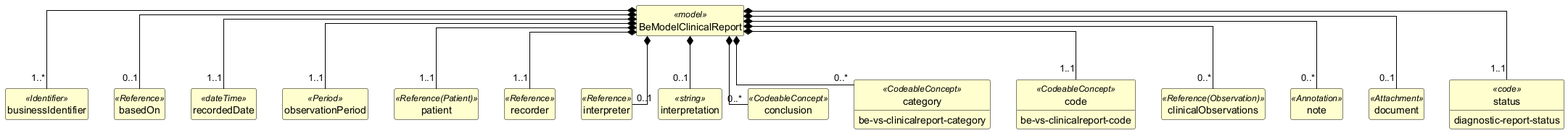
The PlantUML diagram exports/diagrams/BeModelClinicalReport-uml.png in caresets/caresets-src, before a commit. Its diagram source:
```plantuml
@startuml
skinparam shadowing false
skinparam classAttributeIconSize 0
skinparam linetype ortho
skinparam class {
  BackgroundColor #FEFECE
  BorderColor #000000
  ArrowColor #000000
  FontStyle bold
  AttributeFontStyle normal
}
hide circle
hide empty members

class "BeModelClinicalReport" as BeModelClinicalReport <<model>> {
}

class "businessIdentifier" as BeModelClinicalReport_businessIdentifier <<Identifier>> {
}

class "basedOn" as BeModelClinicalReport_basedOn <<Reference>> {
}

class "recordedDate" as BeModelClinicalReport_recordedDate <<dateTime>> {
}

class "observationPeriod" as BeModelClinicalReport_observationPeriod <<Period>> {
}

class "patient" as BeModelClinicalReport_patient <<Reference(Patient)>> {
}

class "recorder" as BeModelClinicalReport_recorder <<Reference>> {
}

class "interpreter" as BeModelClinicalReport_interpreter <<Reference>> {
}

class "interpretation" as BeModelClinicalReport_interpretation <<string>> {
}

class "conclusion" as BeModelClinicalReport_conclusion <<CodeableConcept>> {
}

class "category" as BeModelClinicalReport_category <<CodeableConcept>> {
  be-vs-clinicalreport-category
}

class "code" as BeModelClinicalReport_code <<CodeableConcept>> {
  be-vs-clinicalreport-code
}

class "clinicalObservations" as BeModelClinicalReport_clinicalObservations <<Reference(Observation)>> {
}

class "note" as BeModelClinicalReport_note <<Annotation>> {
}

class "document" as BeModelClinicalReport_document <<Attachment>> {
}

class "status" as BeModelClinicalReport_status <<code>> {
  diagnostic-report-status
}

BeModelClinicalReport *-- "1..*" BeModelClinicalReport_businessIdentifier
BeModelClinicalReport *-- "0..1" BeModelClinicalReport_basedOn
BeModelClinicalReport *-- "1..1" BeModelClinicalReport_recordedDate
BeModelClinicalReport *-- "1..1" BeModelClinicalReport_observationPeriod
BeModelClinicalReport *-- "1..1" BeModelClinicalReport_patient
BeModelClinicalReport *-- "1..1" BeModelClinicalReport_recorder
BeModelClinicalReport *-- "0..1" BeModelClinicalReport_interpreter
BeModelClinicalReport *-- "0..1" BeModelClinicalReport_interpretation
BeModelClinicalReport *-- "0..*" BeModelClinicalReport_conclusion
BeModelClinicalReport *-- "0..*" BeModelClinicalReport_category
BeModelClinicalReport *-- "1..1" BeModelClinicalReport_code
BeModelClinicalReport *-- "0..*" BeModelClinicalReport_clinicalObservations
BeModelClinicalReport *-- "0..*" BeModelClinicalReport_note
BeModelClinicalReport *-- "0..1" BeModelClinicalReport_document
BeModelClinicalReport *-- "1..1" BeModelClinicalReport_status
@enduml
```
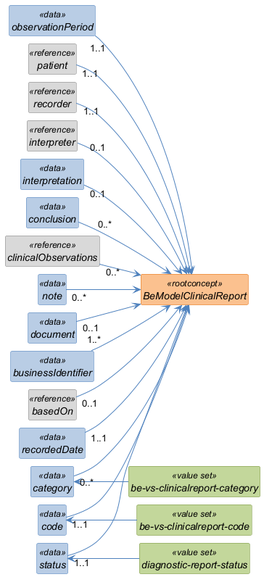
Later version of the same file.

Change to the diagram source:
```diff
@@ -1,81 +1,97 @@
 @startuml
+left to right direction
 skinparam shadowing false
+skinparam nodesep 10
+skinparam ranksep 40
 skinparam classAttributeIconSize 0
-skinparam linetype ortho
 skinparam class {
-  BackgroundColor #FEFECE
-  BorderColor #000000
-  ArrowColor #000000
-  FontStyle bold
-  AttributeFontStyle normal
+  FontStyle italic
+  BackgroundColor<<rootconcept>> #FAC08F
+  BorderColor<<rootconcept>> #E36C0A
+  BackgroundColor<<data>> #B8CCE4
+  BorderColor<<data>> #4F81BD
+  BackgroundColor<<reference>> #D9D9D9
+  BorderColor<<reference>> #808080
+  BackgroundColor<<value set>> #C3D69B
+  BorderColor<<value set>> #77933C
+  ArrowColor #4F81BD
 }
 hide circle
 hide empty members
 
-class "BeModelClinicalReport" as BeModelClinicalReport <<model>> {
+class "BeModelClinicalReport" as BeModelClinicalReport <<rootconcept>> {
 }
 
-class "businessIdentifier" as BeModelClinicalReport_businessIdentifier <<Identifier>> {
+class "businessIdentifier" as BeModelClinicalReport_businessIdentifier <<data>> {
 }
 
-class "basedOn" as BeModelClinicalReport_basedOn <<Reference>> {
+class "basedOn" as BeModelClinicalReport_basedOn <<reference>> {
 }
 
-class "recordedDate" as BeModelClinicalReport_recordedDate <<dateTime>> {
+class "recordedDate" as BeModelClinicalReport_recordedDate <<data>> {
 }
 
-class "observationPeriod" as BeModelClinicalReport_observationPeriod <<Period>> {
+class "observationPeriod" as BeModelClinicalReport_observationPeriod <<data>> {
 }
 
-class "patient" as BeModelClinicalReport_patient <<Reference(Patient)>> {
+class "patient" as BeModelClinicalReport_patient <<reference>> {
 }
 
-class "recorder" as BeModelClinicalReport_recorder <<Reference>> {
+class "recorder" as BeModelClinicalReport_recorder <<reference>> {
 }
 
-class "interpreter" as BeModelClinicalReport_interpreter <<Reference>> {
+class "interpreter" as BeModelClinicalReport_interpreter <<reference>> {
 }
 
-class "interpretation" as BeModelClinicalReport_interpretation <<string>> {
+class "interpretation" as BeModelClinicalReport_interpretation <<data>> {
 }
 
-class "conclusion" as BeModelClinicalReport_conclusion <<CodeableConcept>> {
+class "conclusion" as BeModelClinicalReport_conclusion <<data>> {
 }
 
-class "category" as BeModelClinicalReport_category <<CodeableConcept>> {
-  be-vs-clinicalreport-category
+class "category" as BeModelClinicalReport_category <<data>> {
 }
 
-class "code" as BeModelClinicalReport_code <<CodeableConcept>> {
-  be-vs-clinicalreport-code
+class "be-vs-clinicalreport-category" as BeModelClinicalReport_category_vs <<value set>> {
 }
 
-class "clinicalObservations" as BeModelClinicalReport_clinicalObservations <<Reference(Observation)>> {
+class "code" as BeModelClinicalReport_code <<data>> {
 }
 
-class "note" as BeModelClinicalReport_note <<Annotation>> {
+class "be-vs-clinicalreport-code" as BeModelClinicalReport_code_vs <<value set>> {
 }
 
-class "document" as BeModelClinicalReport_document <<Attachment>> {
+class "clinicalObservations" as BeModelClinicalReport_clinicalObservations <<reference>> {
 }
 
-class "status" as BeModelClinicalReport_status <<code>> {
-  diagnostic-report-status
+class "note" as BeModelClinicalReport_note <<data>> {
 }
 
-BeModelClinicalReport *-- "1..*" BeModelClinicalReport_businessIdentifier
-BeModelClinicalReport *-- "0..1" BeModelClinicalReport_basedOn
-BeModelClinicalReport *-- "1..1" BeModelClinicalReport_recordedDate
-BeModelClinicalReport *-- "1..1" BeModelClinicalReport_observationPeriod
-BeModelClinicalReport *-- "1..1" BeModelClinicalReport_patient
-BeModelClinicalReport *-- "1..1" BeModelClinicalReport_recorder
-BeModelClinicalReport *-- "0..1" BeModelClinicalReport_interpreter
-BeModelClinicalReport *-- "0..1" BeModelClinicalReport_interpretation
-BeModelClinicalReport *-- "0..*" BeModelClinicalReport_conclusion
-BeModelClinicalReport *-- "0..*" BeModelClinicalReport_category
-BeModelClinicalReport *-- "1..1" BeModelClinicalReport_code
-BeModelClinicalReport *-- "0..*" BeModelClinicalReport_clinicalObservations
-BeModelClinicalReport *-- "0..*" BeModelClinicalReport_note
-BeModelClinicalReport *-- "0..1" BeModelClinicalReport_document
-BeModelClinicalReport *-- "1..1" BeModelClinicalReport_status
+class "document" as BeModelClinicalReport_document <<data>> {
+}
+
+class "status" as BeModelClinicalReport_status <<data>> {
+}
+
+class "diagnostic-report-status" as BeModelClinicalReport_status_vs <<value set>> {
+}
+
+BeModelClinicalReport_category <-- BeModelClinicalReport_category_vs
+BeModelClinicalReport_code <-- BeModelClinicalReport_code_vs
+BeModelClinicalReport_status <-- BeModelClinicalReport_status_vs
+BeModelClinicalReport_businessIdentifier "1..*" --> BeModelClinicalReport
+BeModelClinicalReport_basedOn "0..1" --> BeModelClinicalReport
+BeModelClinicalReport_recordedDate "1..1" --> BeModelClinicalReport
+BeModelClinicalReport_observationPeriod "1..1" --> BeModelClinicalReport
+BeModelClinicalReport_patient "1..1" --> BeModelClinicalReport
+BeModelClinicalReport_recorder "1..1" --> BeModelClinicalReport
+BeModelClinicalReport_interpreter "0..1" --> BeModelClinicalReport
+BeModelClinicalReport_interpretation "0..1" --> BeModelClinicalReport
+BeModelClinicalReport_conclusion "0..*" --> BeModelClinicalReport
+BeModelClinicalReport_category "0..*" --> BeModelClinicalReport
+BeModelClinicalReport_code "1..1" --> BeModelClinicalReport
+BeModelClinicalReport_clinicalObservations "0..*" --> BeModelClinicalReport
+BeModelClinicalReport_note "0..*" --> BeModelClinicalReport
+BeModelClinicalReport_document "0..1" --> BeModelClinicalReport
+BeModelClinicalReport_status "1..1" --> BeModelClinicalReport
 @enduml
```
